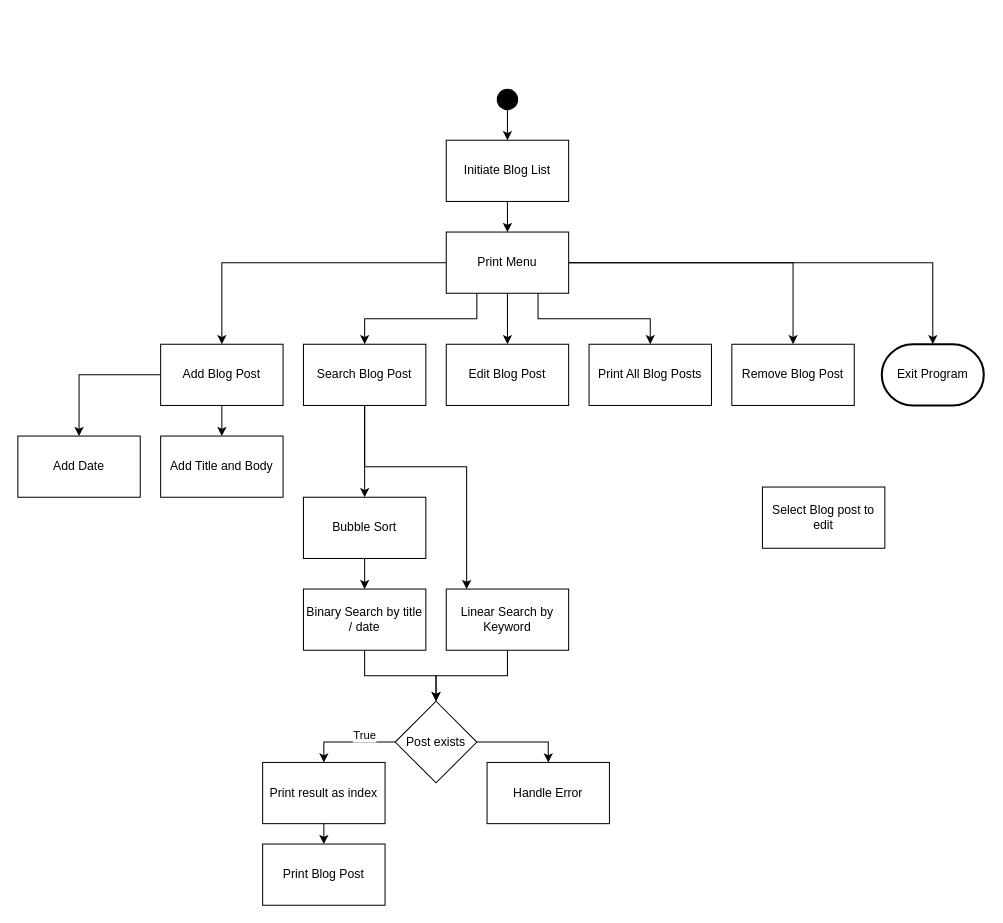
The draw.io diagram Blog.drawio in rwiman/Blog-Csharp, before the edit. Source tidied: cells renumbered, new cells numbered last; positions are measured from the earlier drawing's top-left corner, leaving out a move shared by most shapes. Both pictures are drawn from the tidied source at 102%, with x=0, y=0 at pixel (17, 89).
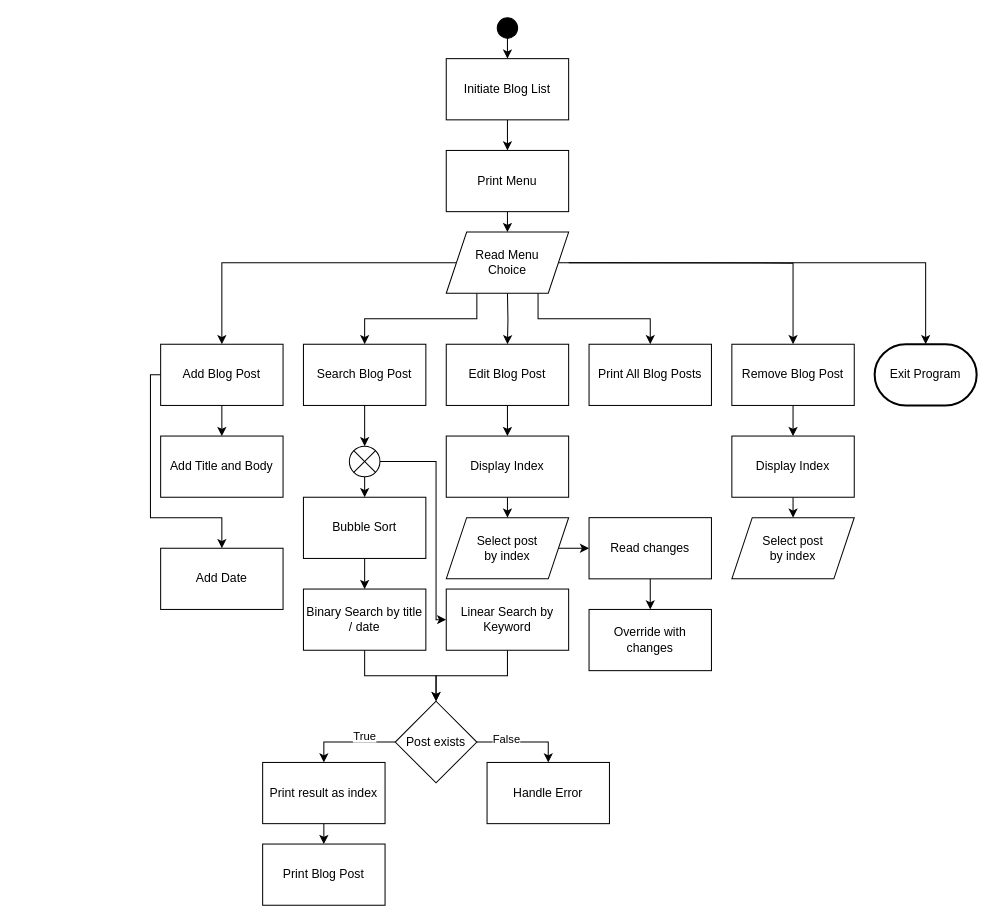
After the change.

Unchanged cells that the change refers to:
```xml
<mxCell id="5" value="Add Blog Post" style="rounded=0;whiteSpace=wrap;html=1;" parent="1" vertex="1">
  <mxGeometry x="140" y="250" width="120" height="60" as="geometry" />
</mxCell>
<mxCell id="7" value="Search Blog Post" style="rounded=0;whiteSpace=wrap;html=1;" parent="1" vertex="1">
  <mxGeometry x="280" y="250" width="120" height="60" as="geometry" />
</mxCell>
<mxCell id="8" value="Edit Blog Post" style="rounded=0;whiteSpace=wrap;html=1;" parent="1" vertex="1">
  <mxGeometry x="420" y="250" width="120" height="60" as="geometry" />
</mxCell>
<mxCell id="9" value="Remove Blog Post" style="rounded=0;whiteSpace=wrap;html=1;" parent="1" vertex="1">
  <mxGeometry x="700" y="250" width="120" height="60" as="geometry" />
</mxCell>
<mxCell id="10" value="Print All Blog Posts" style="rounded=0;whiteSpace=wrap;html=1;" parent="1" vertex="1">
  <mxGeometry x="560" y="250" width="120" height="60" as="geometry" />
</mxCell>
<mxCell id="24" value="Linear Search by Keyword" style="rounded=0;whiteSpace=wrap;html=1;" parent="1" vertex="1">
  <mxGeometry x="420" y="490" width="120" height="60" as="geometry" />
</mxCell>
<mxCell id="27" value="Bubble Sort" style="rounded=0;whiteSpace=wrap;html=1;" parent="1" vertex="1">
  <mxGeometry x="280" y="400" width="120" height="60" as="geometry" />
</mxCell>
<mxCell id="35" style="edgeStyle=orthogonalEdgeStyle;rounded=0;jettySize=auto;html=1;exitX=1;exitY=0.5;exitDx=0;exitDy=0;entryX=0.5;entryY=0;entryDx=0;entryDy=0;" parent="1" edge="1" source="36" target="37">
  <mxGeometry relative="1" as="geometry" />
</mxCell>
```

Diff of the diagram source:
```diff
@@
     <mxCell id="3" style="ellipse;whiteSpace=wrap;html=1;fillColor=#000000;" parent="1" vertex="1">
-      <mxGeometry x="470" width="20" height="20" as="geometry" />
+      <mxGeometry x="470" y="-70" width="20" height="20" as="geometry" />
     </mxCell>
     <mxCell id="4" style="edgeStyle=orthogonalEdgeStyle;rounded=0;jettySize=auto;html=1;exitX=0;exitY=0.5;exitDx=0;exitDy=0;" parent="1" edge="1" source="5" target="20">
-      <mxGeometry relative="1" as="geometry" />
+      <mxGeometry relative="1" as="geometry">
+        <Array as="points">
+          <mxPoint x="130" y="280" />
+          <mxPoint x="130" y="420" />
+          <mxPoint x="200" y="420" />
+        </Array>
+      </mxGeometry>
     </mxCell>
@@
-    <mxCell id="6" style="edgeStyle=orthogonalEdgeStyle;rounded=0;jettySize=auto;html=1;exitX=0.5;exitY=1;exitDx=0;exitDy=0;entryX=0.5;entryY=0;entryDx=0;entryDy=0;" parent="1" edge="1" source="7" target="27">
+    <mxCell id="6" style="edgeStyle=orthogonalEdgeStyle;rounded=0;jettySize=auto;html=1;exitX=0.5;exitY=1;exitDx=0;exitDy=0;entryX=0.5;entryY=0;entryDx=0;entryDy=0;exitPerimeter=0;" parent="1" edge="1" source="55" target="27">
       <mxGeometry relative="1" as="geometry" />
     </mxCell>
@@
+    <mxCell id="40" style="edgeStyle=orthogonalEdgeStyle;rounded=0;jettySize=auto;html=1;exitX=0.5;exitY=1;exitDx=0;exitDy=0;entryX=0.5;entryY=0;entryDx=0;entryDy=0;" parent="1" edge="1" source="8" target="48">
+      <mxGeometry relative="1" as="geometry" />
+    </mxCell>
@@
+    <mxCell id="41" style="edgeStyle=orthogonalEdgeStyle;rounded=0;jettySize=auto;html=1;exitX=0.5;exitY=1;exitDx=0;exitDy=0;entryX=0.5;entryY=0;entryDx=0;entryDy=0;" parent="1" edge="1" source="9" target="50">
+      <mxGeometry relative="1" as="geometry" />
+    </mxCell>
@@
-    <mxCell id="11" style="edgeStyle=orthogonalEdgeStyle;rounded=0;jettySize=auto;html=1;exitX=0;exitY=0.5;exitDx=0;exitDy=0;entryX=0.5;entryY=0;entryDx=0;entryDy=0;" parent="1" edge="1" source="16" target="5">
+    <mxCell id="11" style="edgeStyle=orthogonalEdgeStyle;rounded=0;jettySize=auto;html=1;exitX=0;exitY=0.5;exitDx=0;exitDy=0;entryX=0.5;entryY=0;entryDx=0;entryDy=0;" parent="1" edge="1" source="45" target="5">
       <mxGeometry relative="1" as="geometry" />
     </mxCell>
-    <mxCell id="12" style="edgeStyle=orthogonalEdgeStyle;rounded=0;jettySize=auto;html=1;exitX=0.25;exitY=1;exitDx=0;exitDy=0;entryX=0.5;entryY=0;entryDx=0;entryDy=0;" parent="1" edge="1" source="16" target="7">
+    <mxCell id="12" style="edgeStyle=orthogonalEdgeStyle;rounded=0;jettySize=auto;html=1;exitX=0.25;exitY=1;exitDx=0;exitDy=0;entryX=0.5;entryY=0;entryDx=0;entryDy=0;" parent="1" edge="1" source="45" target="7">
       <mxGeometry relative="1" as="geometry" />
     </mxCell>
-    <mxCell id="13" style="edgeStyle=orthogonalEdgeStyle;rounded=0;jettySize=auto;html=1;exitX=0.5;exitY=1;exitDx=0;exitDy=0;entryX=0.5;entryY=0;entryDx=0;entryDy=0;" parent="1" edge="1" source="16" target="8">
-      <mxGeometry relative="1" as="geometry" />
+    <mxCell id="13" style="edgeStyle=orthogonalEdgeStyle;rounded=0;jettySize=auto;html=1;exitX=0.5;exitY=1;exitDx=0;exitDy=0;entryX=0.5;entryY=0;entryDx=0;entryDy=0;" parent="1" edge="1" target="8">
+      <mxGeometry relative="1" as="geometry">
+        <mxPoint x="480" y="200" as="sourcePoint" />
+      </mxGeometry>
     </mxCell>
-    <mxCell id="14" style="edgeStyle=orthogonalEdgeStyle;rounded=0;jettySize=auto;html=1;exitX=0.75;exitY=1;exitDx=0;exitDy=0;entryX=0.5;entryY=0;entryDx=0;entryDy=0;" parent="1" edge="1" source="16" target="10">
+    <mxCell id="14" style="edgeStyle=orthogonalEdgeStyle;rounded=0;jettySize=auto;html=1;exitX=0.75;exitY=1;exitDx=0;exitDy=0;entryX=0.5;entryY=0;entryDx=0;entryDy=0;" parent="1" edge="1" source="45" target="10">
       <mxGeometry relative="1" as="geometry" />
     </mxCell>
-    <mxCell id="15" style="edgeStyle=orthogonalEdgeStyle;rounded=0;jettySize=auto;html=1;exitX=1;exitY=0.5;exitDx=0;exitDy=0;entryX=0.5;entryY=0;entryDx=0;entryDy=0;" parent="1" edge="1" source="16" target="9">
-      <mxGeometry relative="1" as="geometry" />
+    <mxCell id="15" style="edgeStyle=orthogonalEdgeStyle;rounded=0;jettySize=auto;html=1;exitX=1;exitY=0.5;exitDx=0;exitDy=0;entryX=0.5;entryY=0;entryDx=0;entryDy=0;" parent="1" edge="1" target="9">
+      <mxGeometry relative="1" as="geometry">
+        <mxPoint x="540" y="170" as="sourcePoint" />
+      </mxGeometry>
     </mxCell>
-    <mxCell id="16" value="Print Menu" style="rounded=0;whiteSpace=wrap;html=1;" parent="1" vertex="1">
-      <mxGeometry x="420" y="140" width="120" height="60" as="geometry" />
-    </mxCell>
+    <mxCell id="42" style="edgeStyle=orthogonalEdgeStyle;rounded=0;orthogonalLoop=1;jettySize=auto;html=1;exitX=0.5;exitY=0;exitDx=0;exitDy=0;" parent="1" edge="1">
+      <mxGeometry relative="1" as="geometry">
+        <mxPoint x="480" y="140" as="sourcePoint" />
+        <mxPoint x="480" y="139.3" as="targetPoint" />
+      </mxGeometry>
+    </mxCell>
+    <mxCell id="43" style="edgeStyle=orthogonalEdgeStyle;rounded=0;jettySize=auto;html=1;exitX=0.25;exitY=1;exitDx=0;exitDy=0;entryX=0.25;entryY=1;entryDx=0;entryDy=0;" parent="1" edge="1" target="45">
+      <mxGeometry relative="1" as="geometry">
+        <mxPoint x="450" y="200" as="sourcePoint" />
+      </mxGeometry>
+    </mxCell>
@@
     <mxCell id="18" value="Initiate Blog List" style="rounded=0;whiteSpace=wrap;html=1;" parent="1" vertex="1">
-      <mxGeometry x="420" y="50" width="120" height="60" as="geometry" />
+      <mxGeometry x="420" y="-30" width="120" height="60" as="geometry" />
     </mxCell>
@@
     <mxCell id="20" value="Add Date" style="rounded=0;whiteSpace=wrap;html=1;" parent="1" vertex="1">
-      <mxGeometry y="340" width="120" height="60" as="geometry" />
+      <mxGeometry x="140" y="450" width="120" height="60" as="geometry" />
     </mxCell>
@@
-    <mxCell id="26" style="edgeStyle=orthogonalEdgeStyle;rounded=0;jettySize=auto;html=1;exitX=0.5;exitY=1;exitDx=0;exitDy=0;" parent="1" edge="1" source="7" target="24">
-      <mxGeometry relative="1" as="geometry">
-        <Array as="points">
-          <mxPoint x="340" y="370" />
-          <mxPoint x="440" y="370" />
-        </Array>
-      </mxGeometry>
-    </mxCell>
@@
-    <mxCell id="32" value="Select Blog post to edit" style="rounded=0;whiteSpace=wrap;html=1;" parent="1" vertex="1">
-      <mxGeometry x="730" y="390" width="120" height="60" as="geometry" />
-    </mxCell>
@@
+    <mxCell id="44" value="False" style="edgeLabel;html=1;align=center;verticalAlign=middle;" parent="35" vertex="1">
+      <mxGeometry x="-0.39" y="4" relative="1" as="geometry">
+        <mxPoint x="1" as="offset" />
+      </mxGeometry>
+    </mxCell>
@@
     <mxCell id="38" value="Exit Program" style="strokeWidth=2;html=1;shape=mxgraph.flowchart.terminator;whiteSpace=wrap;" parent="1" vertex="1">
-      <mxGeometry x="847" y="250" width="100" height="60" as="geometry" />
+      <mxGeometry x="840" y="250" width="100" height="60" as="geometry" />
     </mxCell>
-    <mxCell id="39" style="edgeStyle=orthogonalEdgeStyle;rounded=0;jettySize=auto;html=1;exitX=1;exitY=0.5;exitDx=0;exitDy=0;entryX=0.5;entryY=0;entryDx=0;entryDy=0;entryPerimeter=0;" parent="1" edge="1" source="16" target="38">
+    <mxCell id="39" style="edgeStyle=orthogonalEdgeStyle;rounded=0;jettySize=auto;html=1;exitX=1;exitY=0.5;exitDx=0;exitDy=0;entryX=0.5;entryY=0;entryDx=0;entryDy=0;entryPerimeter=0;" parent="1" edge="1" source="45" target="38">
       <mxGeometry relative="1" as="geometry" />
     </mxCell>
+    <mxCell id="45" value="Read Menu &lt;br&gt;Choice" style="shape=parallelogram;perimeter=parallelogramPerimeter;whiteSpace=wrap;html=1;fixedSize=1;" parent="1" vertex="1">
+      <mxGeometry x="420" y="140" width="120" height="60" as="geometry" />
+    </mxCell>
+    <mxCell id="46" style="edgeStyle=orthogonalEdgeStyle;rounded=0;jettySize=auto;html=1;exitX=0.5;exitY=1;exitDx=0;exitDy=0;entryX=0.5;entryY=0;entryDx=0;entryDy=0;" parent="1" edge="1" source="16" target="45">
+      <mxGeometry relative="1" as="geometry" />
+    </mxCell>
+    <mxCell id="16" value="Print Menu" style="rounded=0;whiteSpace=wrap;html=1;" parent="1" vertex="1">
+      <mxGeometry x="420" y="60" width="120" height="60" as="geometry" />
+    </mxCell>
+    <mxCell id="47" style="edgeStyle=orthogonalEdgeStyle;rounded=0;jettySize=auto;html=1;exitX=0.5;exitY=1;exitDx=0;exitDy=0;entryX=0.5;entryY=0;entryDx=0;entryDy=0;" parent="1" edge="1" source="48" target="52">
+      <mxGeometry relative="1" as="geometry" />
+    </mxCell>
+    <mxCell id="48" value="Display Index" style="rounded=0;whiteSpace=wrap;html=1;" parent="1" vertex="1">
+      <mxGeometry x="420" y="340" width="120" height="60" as="geometry" />
+    </mxCell>
+    <mxCell id="49" style="edgeStyle=orthogonalEdgeStyle;rounded=0;jettySize=auto;html=1;exitX=0.5;exitY=1;exitDx=0;exitDy=0;entryX=0.5;entryY=0;entryDx=0;entryDy=0;" parent="1" edge="1" source="50" target="53">
+      <mxGeometry relative="1" as="geometry" />
+    </mxCell>
+    <mxCell id="50" value="Display Index" style="rounded=0;whiteSpace=wrap;html=1;" parent="1" vertex="1">
+      <mxGeometry x="700" y="340" width="120" height="60" as="geometry" />
+    </mxCell>
+    <mxCell id="51" style="edgeStyle=orthogonalEdgeStyle;rounded=0;jettySize=auto;html=1;exitX=1;exitY=0.5;exitDx=0;exitDy=0;entryX=0;entryY=0.5;entryDx=0;entryDy=0;" parent="1" edge="1" source="52" target="58">
+      <mxGeometry relative="1" as="geometry" />
+    </mxCell>
+    <mxCell id="52" value="Select post &lt;br&gt;by index" style="shape=parallelogram;perimeter=parallelogramPerimeter;whiteSpace=wrap;html=1;fixedSize=1;" parent="1" vertex="1">
+      <mxGeometry x="420" y="420" width="120" height="60" as="geometry" />
+    </mxCell>
+    <mxCell id="53" value="Select post &lt;br&gt;by index" style="shape=parallelogram;perimeter=parallelogramPerimeter;whiteSpace=wrap;html=1;fixedSize=1;" parent="1" vertex="1">
+      <mxGeometry x="700" y="420" width="120" height="60" as="geometry" />
+    </mxCell>
+    <mxCell id="54" style="edgeStyle=orthogonalEdgeStyle;rounded=0;jettySize=auto;html=1;exitX=1;exitY=0.5;exitDx=0;exitDy=0;exitPerimeter=0;entryX=0;entryY=0.5;entryDx=0;entryDy=0;" parent="1" edge="1" source="55" target="24">
+      <mxGeometry relative="1" as="geometry">
+        <Array as="points">
+          <mxPoint x="410" y="365" />
+          <mxPoint x="410" y="520" />
+        </Array>
+      </mxGeometry>
+    </mxCell>
+    <mxCell id="55" style="verticalLabelPosition=bottom;verticalAlign=top;html=1;shape=mxgraph.flowchart.or;" parent="1" vertex="1">
+      <mxGeometry x="325" y="350" width="30" height="30" as="geometry" />
+    </mxCell>
+    <mxCell id="56" style="edgeStyle=orthogonalEdgeStyle;rounded=0;jettySize=auto;html=1;exitX=0.5;exitY=1;exitDx=0;exitDy=0;entryX=0.5;entryY=0;entryDx=0;entryDy=0;entryPerimeter=0;" parent="1" edge="1" source="7" target="55">
+      <mxGeometry relative="1" as="geometry" />
+    </mxCell>
+    <mxCell id="57" style="edgeStyle=orthogonalEdgeStyle;rounded=0;jettySize=auto;html=1;exitX=0.5;exitY=1;exitDx=0;exitDy=0;entryX=0.5;entryY=0;entryDx=0;entryDy=0;" parent="1" edge="1" source="58" target="59">
+      <mxGeometry relative="1" as="geometry" />
+    </mxCell>
+    <mxCell id="58" value="Read changes" style="rounded=0;whiteSpace=wrap;html=1;" parent="1" vertex="1">
+      <mxGeometry x="560" y="420" width="120" height="60" as="geometry" />
+    </mxCell>
+    <mxCell id="59" value="Override with &lt;br&gt;changes" style="rounded=0;whiteSpace=wrap;html=1;" parent="1" vertex="1">
+      <mxGeometry x="560" y="510" width="120" height="60" as="geometry" />
+    </mxCell>
```
